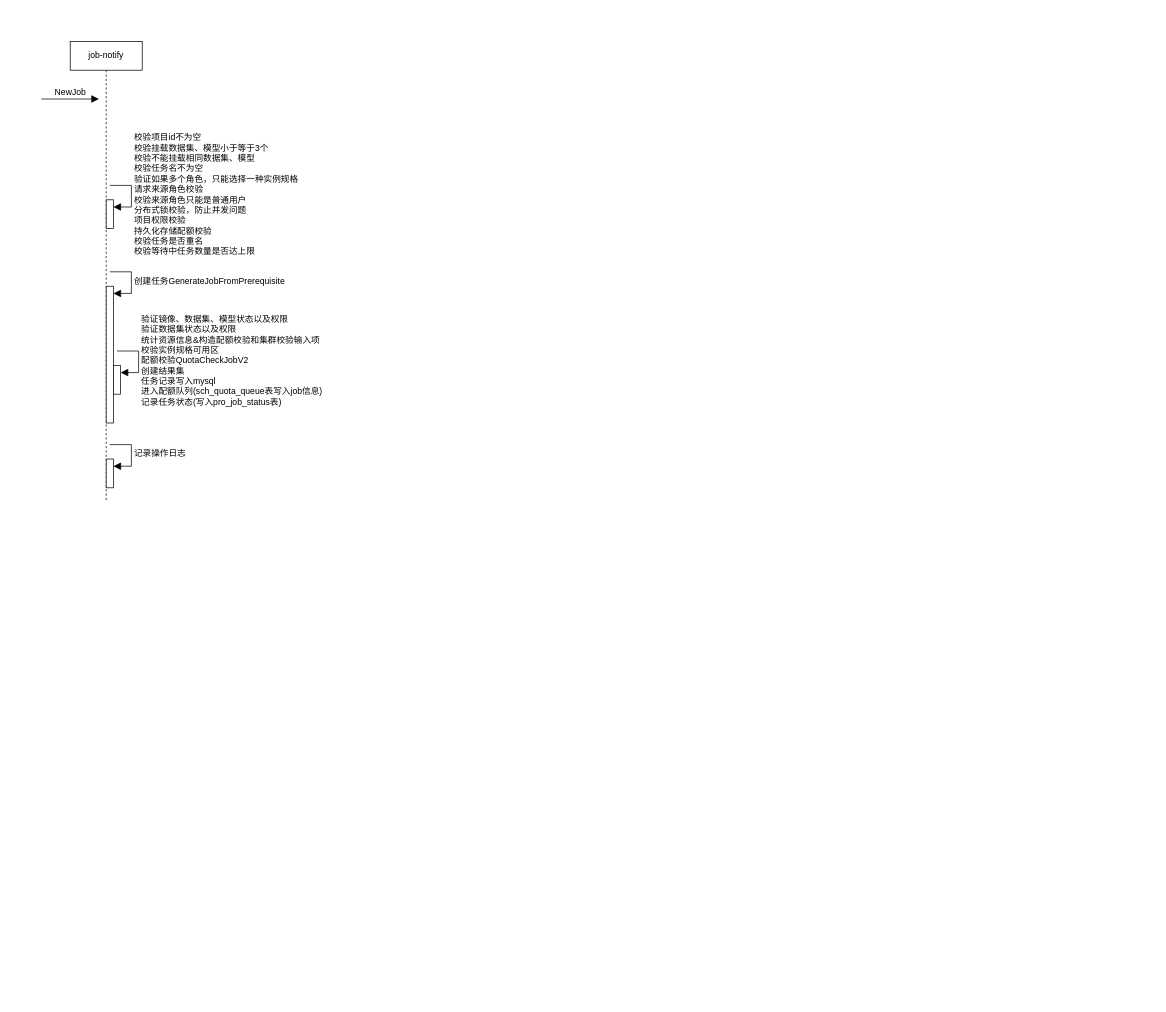
The draw.io diagram page "离线任务创建和提交" (1 of 2) of 公有云/任务流程.drawio in paochiang/draw, before the edit. Source tidied: cells renumbered, new cells numbered last; positions are measured from the earlier drawing's top-left corner, leaving out a move shared by most shapes. Both pictures are drawn from the tidied source at 72%, with x=0, y=0 at pixel (41, 41).
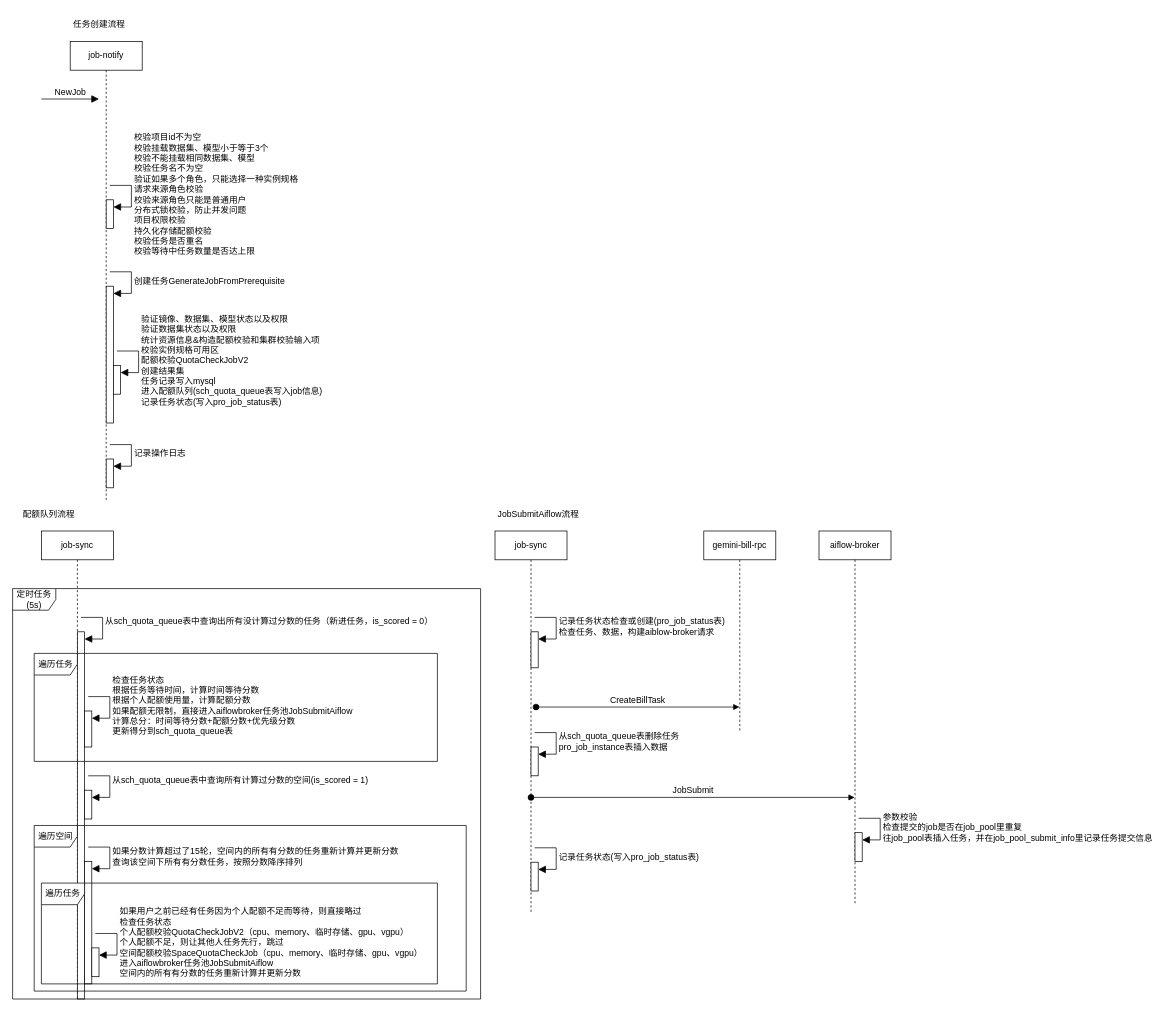
Above is the later version.

Commit message:
Update 公有云/任务流程.drawio

Change to the diagram source:
```diff
@@
+    <mxCell id="12" value="job-sync" style="shape=umlLifeline;perimeter=lifelinePerimeter;whiteSpace=wrap;html=1;newEdgeStyle={&quot;curved&quot;:0,&quot;rounded&quot;:0};" parent="1" vertex="1">
+      <mxGeometry y="680" width="100" height="650" as="geometry" />
+    </mxCell>
+    <mxCell id="13" style="html=1;points=[[0,0,0,0,5],[0,1,0,0,-5],[1,0,0,0,5],[1,1,0,0,-5]];perimeter=orthogonalPerimeter;outlineConnect=0;targetShapes=umlLifeline;portConstraint=eastwest;newEdgeStyle={&quot;curved&quot;:0,&quot;rounded&quot;:0};" parent="12" vertex="1">
+      <mxGeometry x="50" y="140" width="10" height="510" as="geometry" />
+    </mxCell>
+    <mxCell id="14" value="从sch_quota_queue表中查询出所有没计算过分数的任务（新进任务，is_scored = 0）&lt;div&gt;&lt;br&gt;&lt;/div&gt;" style="html=1;align=left;spacingLeft=2;endArrow=block;rounded=0;edgeStyle=orthogonalEdgeStyle;curved=0;rounded=0;fontSize=12;startSize=8;endSize=8;" parent="12" edge="1" target="13">
+      <mxGeometry x="0.01" relative="1" as="geometry">
+        <mxPoint x="55" y="120" as="sourcePoint" />
+        <Array as="points">
+          <mxPoint x="85" y="150" />
+        </Array>
+      </mxGeometry>
+    </mxCell>
+    <mxCell id="15" style="html=1;points=[[0,0,0,0,5],[0,1,0,0,-5],[1,0,0,0,5],[1,1,0,0,-5]];perimeter=orthogonalPerimeter;outlineConnect=0;targetShapes=umlLifeline;portConstraint=eastwest;newEdgeStyle={&quot;curved&quot;:0,&quot;rounded&quot;:0};" parent="12" vertex="1">
+      <mxGeometry x="60" y="250" width="10" height="50" as="geometry" />
+    </mxCell>
+    <mxCell id="16" value="检查任务状态&lt;div&gt;根据任务等待时间，计算时间等待分数&lt;/div&gt;&lt;div&gt;根据个人配额使用量，计算配额分数&lt;/div&gt;&lt;div&gt;如果配额无限制，直接进入aiflowbroker任务池JobSubmitAiflow&lt;/div&gt;&lt;div&gt;计算总分：时间等待分数+配额分数+优先级分数&lt;/div&gt;&lt;div&gt;更新得分到&lt;span style=&quot;background-color: light-dark(#ffffff, var(--ge-dark-color, #121212)); color: light-dark(rgb(0, 0, 0), rgb(255, 255, 255));&quot;&gt;sch_quota_queue表&lt;/span&gt;&lt;/div&gt;" style="html=1;align=left;spacingLeft=2;endArrow=block;rounded=0;edgeStyle=orthogonalEdgeStyle;curved=0;rounded=0;fontSize=12;startSize=8;endSize=8;" parent="12" edge="1" target="15">
+      <mxGeometry x="0.01" relative="1" as="geometry">
+        <mxPoint x="65" y="230" as="sourcePoint" />
+        <Array as="points">
+          <mxPoint x="95" y="260" />
+        </Array>
+      </mxGeometry>
+    </mxCell>
+    <mxCell id="17" style="html=1;points=[[0,0,0,0,5],[0,1,0,0,-5],[1,0,0,0,5],[1,1,0,0,-5]];perimeter=orthogonalPerimeter;outlineConnect=0;targetShapes=umlLifeline;portConstraint=eastwest;newEdgeStyle={&quot;curved&quot;:0,&quot;rounded&quot;:0};" parent="12" vertex="1">
+      <mxGeometry x="60" y="360" width="10" height="40" as="geometry" />
+    </mxCell>
+    <mxCell id="18" value="&lt;div&gt;&lt;span style=&quot;color: light-dark(rgb(0, 0, 0), rgb(255, 255, 255));&quot;&gt;从&lt;/span&gt;&lt;span style=&quot;color: light-dark(rgb(0, 0, 0), rgb(255, 255, 255));&quot;&gt;sch_quota_queue表中查询所有计算过分数的空间(&lt;/span&gt;&lt;span style=&quot;color: light-dark(rgb(0, 0, 0), rgb(255, 255, 255));&quot;&gt;is_scored = 1&lt;/span&gt;&lt;span style=&quot;color: light-dark(rgb(0, 0, 0), rgb(255, 255, 255));&quot;&gt;)&lt;/span&gt;&lt;/div&gt;&lt;div&gt;&lt;span style=&quot;color: light-dark(rgb(0, 0, 0), rgb(255, 255, 255));&quot;&gt;&lt;br&gt;&lt;/span&gt;&lt;/div&gt;" style="html=1;align=left;spacingLeft=2;endArrow=block;rounded=0;edgeStyle=orthogonalEdgeStyle;curved=0;rounded=0;fontSize=12;startSize=8;endSize=8;" parent="12" edge="1" target="17">
+      <mxGeometry relative="1" as="geometry">
+        <mxPoint x="65" y="340" as="sourcePoint" />
+        <Array as="points">
+          <mxPoint x="95" y="370" />
+        </Array>
+      </mxGeometry>
+    </mxCell>
+    <mxCell id="19" style="html=1;points=[[0,0,0,0,5],[0,1,0,0,-5],[1,0,0,0,5],[1,1,0,0,-5]];perimeter=orthogonalPerimeter;outlineConnect=0;targetShapes=umlLifeline;portConstraint=eastwest;newEdgeStyle={&quot;curved&quot;:0,&quot;rounded&quot;:0};" parent="12" vertex="1">
+      <mxGeometry x="60" y="459" width="10" height="170" as="geometry" />
+    </mxCell>
+    <mxCell id="20" value="如果分数计算超过了15轮，空间内的所有有分数的任务重新计算并更新分数&lt;div&gt;查询该空间下所有有分数任务，按照分数降序排列&lt;/div&gt;" style="html=1;align=left;spacingLeft=2;endArrow=block;rounded=0;edgeStyle=orthogonalEdgeStyle;curved=0;rounded=0;fontSize=12;startSize=8;endSize=8;" parent="12" edge="1" target="19">
+      <mxGeometry x="0.01" relative="1" as="geometry">
+        <mxPoint x="65" y="439" as="sourcePoint" />
+        <Array as="points">
+          <mxPoint x="95" y="469" />
+        </Array>
+      </mxGeometry>
+    </mxCell>
+    <mxCell id="21" style="html=1;points=[[0,0,0,0,5],[0,1,0,0,-5],[1,0,0,0,5],[1,1,0,0,-5]];perimeter=orthogonalPerimeter;outlineConnect=0;targetShapes=umlLifeline;portConstraint=eastwest;newEdgeStyle={&quot;curved&quot;:0,&quot;rounded&quot;:0};" parent="12" vertex="1">
+      <mxGeometry x="70" y="579" width="10" height="40" as="geometry" />
+    </mxCell>
+    <mxCell id="22" value="如果用户之前已经有任务因为个人配额不足而等待，则直接略过&lt;div&gt;检查任务状态&lt;/div&gt;&lt;div&gt;个人配额校验QuotaCheckJobV2（cpu、memory、临时存储、gpu、vgpu）&lt;/div&gt;&lt;div&gt;个人配额不足，则让其他人任务先行，跳过&lt;/div&gt;&lt;div&gt;空间配额校验SpaceQuotaCheckJob&lt;span style=&quot;background-color: light-dark(#ffffff, var(--ge-dark-color, #121212)); color: light-dark(rgb(0, 0, 0), rgb(255, 255, 255));&quot;&gt;（cpu、memory、临时存储、gpu、vgpu）&lt;/span&gt;&lt;/div&gt;&lt;div&gt;进入aiflowbroker任务池JobSubmitAiflow&lt;/div&gt;&lt;div&gt;&lt;span style=&quot;background-color: light-dark(#ffffff, var(--ge-dark-color, #121212)); color: light-dark(rgb(0, 0, 0), rgb(255, 255, 255));&quot;&gt;空间内的所有有分数的任务重新计算并更新分数&lt;/span&gt;&lt;/div&gt;" style="html=1;align=left;spacingLeft=2;endArrow=block;rounded=0;edgeStyle=orthogonalEdgeStyle;curved=0;rounded=0;fontSize=12;startSize=8;endSize=8;" parent="12" edge="1" target="21">
+      <mxGeometry x="0.01" relative="1" as="geometry">
+        <mxPoint x="75" y="559" as="sourcePoint" />
+        <Array as="points">
+          <mxPoint x="105" y="589" />
+        </Array>
+      </mxGeometry>
+    </mxCell>
+    <mxCell id="23" value="遍历空间" style="shape=umlFrame;whiteSpace=wrap;html=1;" parent="12" vertex="1">
+      <mxGeometry x="-10" y="409" width="600" height="230" as="geometry" />
+    </mxCell>
+    <mxCell id="24" value="遍历任务" style="shape=umlFrame;whiteSpace=wrap;html=1;" parent="12" vertex="1">
+      <mxGeometry y="489" width="550" height="140" as="geometry" />
+    </mxCell>
+    <mxCell id="25" value="遍历任务" style="shape=umlFrame;whiteSpace=wrap;html=1;" parent="1" vertex="1">
+      <mxGeometry x="-10" y="850" width="560" height="150" as="geometry" />
+    </mxCell>
+    <mxCell id="26" value="job-sync" style="shape=umlLifeline;perimeter=lifelinePerimeter;whiteSpace=wrap;html=1;newEdgeStyle={&quot;curved&quot;:0,&quot;rounded&quot;:0};" parent="1" vertex="1">
+      <mxGeometry x="630" y="680" width="100" height="530" as="geometry" />
+    </mxCell>
+    <mxCell id="27" style="html=1;points=[[0,0,0,0,5],[0,1,0,0,-5],[1,0,0,0,5],[1,1,0,0,-5]];perimeter=orthogonalPerimeter;outlineConnect=0;targetShapes=umlLifeline;portConstraint=eastwest;newEdgeStyle={&quot;curved&quot;:0,&quot;rounded&quot;:0};" parent="26" vertex="1">
+      <mxGeometry x="50" y="140" width="10" height="50" as="geometry" />
+    </mxCell>
+    <mxCell id="28" value="&lt;div&gt;记录任务状态检查或创建(pro_job_status表)&lt;/div&gt;&lt;div&gt;检查任务、数据，构建aiblow-broker请求&lt;/div&gt;" style="html=1;align=left;spacingLeft=2;endArrow=block;rounded=0;edgeStyle=orthogonalEdgeStyle;curved=0;rounded=0;fontSize=12;startSize=8;endSize=8;" parent="26" edge="1" target="27">
+      <mxGeometry x="0.01" relative="1" as="geometry">
+        <mxPoint x="55" y="120" as="sourcePoint" />
+        <Array as="points">
+          <mxPoint x="85" y="150" />
+        </Array>
+      </mxGeometry>
+    </mxCell>
+    <mxCell id="29" style="html=1;points=[[0,0,0,0,5],[0,1,0,0,-5],[1,0,0,0,5],[1,1,0,0,-5]];perimeter=orthogonalPerimeter;outlineConnect=0;targetShapes=umlLifeline;portConstraint=eastwest;newEdgeStyle={&quot;curved&quot;:0,&quot;rounded&quot;:0};" parent="26" vertex="1">
+      <mxGeometry x="50" y="300" width="10" height="40" as="geometry" />
+    </mxCell>
+    <mxCell id="30" value="从sch_quota_queue表删除任务&lt;div&gt;pro_job_instance表插入数据&lt;/div&gt;" style="html=1;align=left;spacingLeft=2;endArrow=block;rounded=0;edgeStyle=orthogonalEdgeStyle;curved=0;rounded=0;fontSize=12;startSize=8;endSize=8;" parent="26" edge="1" target="29">
+      <mxGeometry x="0.01" relative="1" as="geometry">
+        <mxPoint x="55" y="280" as="sourcePoint" />
+        <Array as="points">
+          <mxPoint x="85" y="310" />
+        </Array>
+      </mxGeometry>
+    </mxCell>
+    <mxCell id="31" style="html=1;points=[[0,0,0,0,5],[0,1,0,0,-5],[1,0,0,0,5],[1,1,0,0,-5]];perimeter=orthogonalPerimeter;outlineConnect=0;targetShapes=umlLifeline;portConstraint=eastwest;newEdgeStyle={&quot;curved&quot;:0,&quot;rounded&quot;:0};" parent="26" vertex="1">
+      <mxGeometry x="50" y="460" width="10" height="40" as="geometry" />
+    </mxCell>
+    <mxCell id="32" value="&lt;div&gt;&lt;span style=&quot;background-color: light-dark(#ffffff, var(--ge-dark-color, #121212)); color: light-dark(rgb(0, 0, 0), rgb(255, 255, 255));&quot;&gt;记录任务状态(写入pro_job_status表)&lt;/span&gt;&lt;/div&gt;" style="html=1;align=left;spacingLeft=2;endArrow=block;rounded=0;edgeStyle=orthogonalEdgeStyle;curved=0;rounded=0;fontSize=12;startSize=8;endSize=8;" parent="26" edge="1" target="31">
+      <mxGeometry x="0.01" relative="1" as="geometry">
+        <mxPoint x="55" y="440" as="sourcePoint" />
+        <Array as="points">
+          <mxPoint x="85" y="470" />
+        </Array>
+      </mxGeometry>
+    </mxCell>
+    <mxCell id="33" value="gemini-bill-rpc" style="shape=umlLifeline;perimeter=lifelinePerimeter;whiteSpace=wrap;html=1;outlineConnect=0;portConstraint=eastwest;newEdgeStyle={&quot;curved&quot;:0,&quot;rounded&quot;:0};" parent="1" vertex="1">
+      <mxGeometry x="920" y="680" width="100" height="280" as="geometry" />
+    </mxCell>
+    <mxCell id="34" value="CreateBillTask" style="html=1;verticalAlign=bottom;startArrow=oval;startFill=1;endArrow=block;startSize=8;curved=0;rounded=0;fontSize=12;" parent="1" edge="1" target="33">
+      <mxGeometry relative="1" as="geometry">
+        <mxPoint x="687" y="924.5" as="sourcePoint" />
+      </mxGeometry>
+    </mxCell>
+    <mxCell id="35" value="aiflow-broker" style="shape=umlLifeline;perimeter=lifelinePerimeter;whiteSpace=wrap;html=1;outlineConnect=0;portConstraint=eastwest;newEdgeStyle={&quot;curved&quot;:0,&quot;rounded&quot;:0};" parent="1" vertex="1">
+      <mxGeometry x="1080" y="680" width="100" height="520" as="geometry" />
+    </mxCell>
+    <mxCell id="36" style="html=1;points=[[0,0,0,0,5],[0,1,0,0,-5],[1,0,0,0,5],[1,1,0,0,-5]];perimeter=orthogonalPerimeter;outlineConnect=0;targetShapes=umlLifeline;portConstraint=eastwest;newEdgeStyle={&quot;curved&quot;:0,&quot;rounded&quot;:0};" parent="35" vertex="1">
+      <mxGeometry x="50" y="419" width="10" height="40" as="geometry" />
+    </mxCell>
+    <mxCell id="37" value="参数校验&lt;div&gt;检查提交的job是否在job_pool里重复&lt;/div&gt;&lt;div&gt;往job_pool表插入任务，并在job_pool_submit_info里记录任务提交信息&lt;/div&gt;" style="html=1;align=left;spacingLeft=2;endArrow=block;rounded=0;edgeStyle=orthogonalEdgeStyle;curved=0;rounded=0;fontSize=12;startSize=8;endSize=8;" parent="35" edge="1" target="36">
+      <mxGeometry relative="1" as="geometry">
+        <mxPoint x="55" y="399" as="sourcePoint" />
+        <Array as="points">
+          <mxPoint x="85" y="429" />
+        </Array>
+      </mxGeometry>
+    </mxCell>
+    <mxCell id="38" value="JobSubmit" style="html=1;verticalAlign=bottom;startArrow=oval;startFill=1;endArrow=block;startSize=8;curved=0;rounded=0;fontSize=12;" parent="1" edge="1" target="35">
+      <mxGeometry relative="1" as="geometry">
+        <mxPoint x="680" y="1050" as="sourcePoint" />
+      </mxGeometry>
+    </mxCell>
+    <mxCell id="39" value="&lt;span style=&quot;font-size: 12px; text-align: left; background-color: rgb(255, 255, 255);&quot;&gt;JobSubmitAiflow流程&lt;/span&gt;" style="text;html=1;align=center;verticalAlign=middle;strokeColor=none;fillColor=none;fontSize=16;" parent="1" vertex="1">
+      <mxGeometry x="620" y="640" width="140" height="30" as="geometry" />
+    </mxCell>
+    <mxCell id="40" value="定时任务(5s)" style="shape=umlFrame;whiteSpace=wrap;html=1;" parent="1" vertex="1">
+      <mxGeometry x="-40" y="760" width="650" height="570" as="geometry" />
+    </mxCell>
+    <mxCell id="41" value="&lt;span style=&quot;font-size: 12px; text-align: left; background-color: rgb(255, 255, 255);&quot;&gt;配额队列流程&lt;/span&gt;" style="text;html=1;align=center;verticalAlign=middle;strokeColor=none;fillColor=none;fontSize=16;" parent="1" vertex="1">
+      <mxGeometry x="-40" y="640" width="100" height="30" as="geometry" />
+    </mxCell>
+    <mxCell id="42" value="&lt;span style=&quot;font-size: 12px; text-align: left; background-color: rgb(255, 255, 255);&quot;&gt;任务创建流程&lt;/span&gt;" style="text;html=1;align=center;verticalAlign=middle;strokeColor=none;fillColor=none;fontSize=16;" parent="1" vertex="1">
+      <mxGeometry x="30" y="-40" width="100" height="30" as="geometry" />
+    </mxCell>
```
